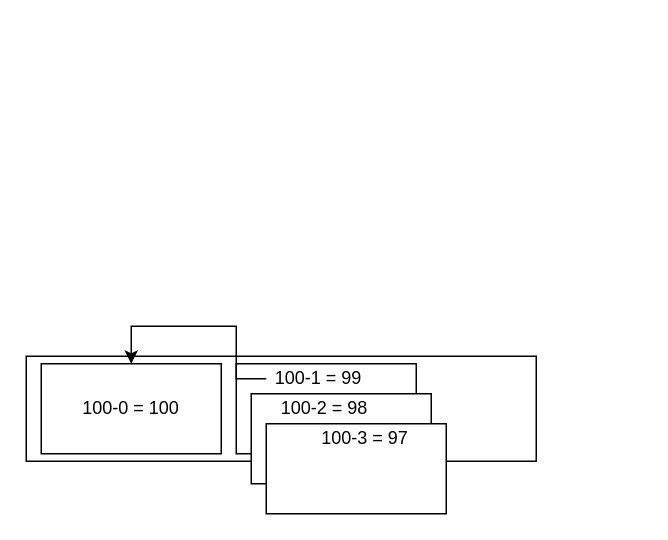
Earlier version of the draw.io diagram test.drawio (reasat-rafio/sg-biennale). Source tidied: cells renumbered, new cells numbered last; positions are measured from the earlier drawing's top-left corner, leaving out a move shared by most shapes. Both pictures are drawn from the tidied source at 150%, with x=0, y=0 at pixel (26, 326).
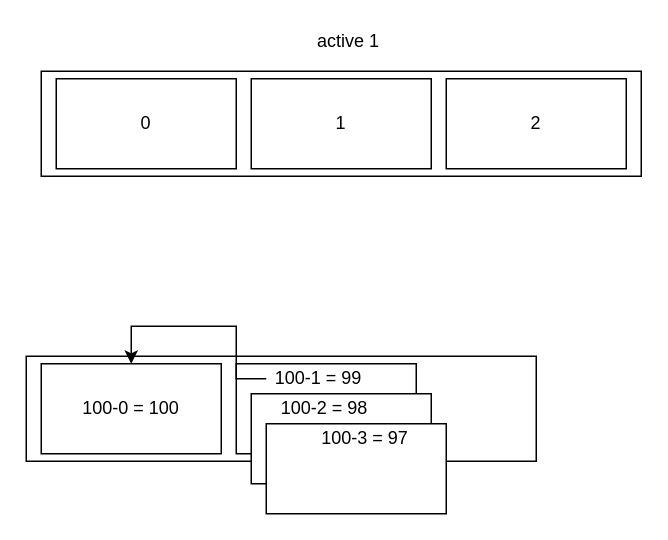
The same diagram, later.

What changed in the source:
```diff
@@
 <mxGraphModel>
   <root>
     <mxCell id="0" />
     <mxCell id="1" parent="0" />
     <mxCell id="2" style="rounded=0;whiteSpace=wrap;html=1;" parent="1" vertex="1">
       <mxGeometry y="20" width="340" height="70" as="geometry" />
     </mxCell>
     <mxCell id="3" style="rounded=0;whiteSpace=wrap;html=1;" parent="1" vertex="1">
       <mxGeometry x="10" y="25" width="120" height="60" as="geometry" />
     </mxCell>
     <mxCell id="4" style="rounded=0;whiteSpace=wrap;html=1;" parent="1" vertex="1">
       <mxGeometry x="140" y="25" width="120" height="60" as="geometry" />
     </mxCell>
     <mxCell id="5" style="rounded=0;whiteSpace=wrap;html=1;" parent="1" vertex="1">
       <mxGeometry x="150" y="45" width="120" height="60" as="geometry" />
     </mxCell>
     <mxCell id="6" style="rounded=0;whiteSpace=wrap;html=1;" parent="1" vertex="1">
       <mxGeometry x="160" y="65" width="120" height="60" as="geometry" />
     </mxCell>
     <mxCell id="7" value="100-0 = 100" style="text;html=1;strokeColor=none;fillColor=none;align=center;verticalAlign=middle;whiteSpace=wrap;rounded=0;" parent="1" vertex="1">
       <mxGeometry x="35" y="45" width="70" height="20" as="geometry" />
     </mxCell>
     <mxCell id="8" style="edgeStyle=orthogonalEdgeStyle;rounded=0;jettySize=auto;html=1;" parent="1" edge="1" source="9" target="3">
       <mxGeometry relative="1" as="geometry">
         <Array as="points">
           <mxPoint x="140" y="35" />
           <mxPoint x="140" />
           <mxPoint x="70" />
         </Array>
       </mxGeometry>
     </mxCell>
     <mxCell id="9" value="100-1 = 99" style="text;html=1;strokeColor=none;fillColor=none;align=center;verticalAlign=middle;whiteSpace=wrap;rounded=0;" parent="1" vertex="1">
       <mxGeometry x="160" y="25" width="70" height="20" as="geometry" />
     </mxCell>
     <mxCell id="10" value="100-2 = 98" style="text;html=1;strokeColor=none;fillColor=none;align=center;verticalAlign=middle;whiteSpace=wrap;rounded=0;" parent="1" vertex="1">
       <mxGeometry x="164" y="45" width="70" height="20" as="geometry" />
     </mxCell>
     <mxCell id="11" value="100-3 = 97" style="text;html=1;strokeColor=none;fillColor=none;align=center;verticalAlign=middle;whiteSpace=wrap;rounded=0;" parent="1" vertex="1">
       <mxGeometry x="191" y="65" width="70" height="20" as="geometry" />
     </mxCell>
+    <mxCell id="12" style="rounded=0;whiteSpace=wrap;html=1;" parent="1" vertex="1">
+      <mxGeometry x="10" y="-170" width="400" height="70" as="geometry" />
+    </mxCell>
+    <mxCell id="13" value="0" style="rounded=0;whiteSpace=wrap;html=1;" parent="1" vertex="1">
+      <mxGeometry x="20" y="-165" width="120" height="60" as="geometry" />
+    </mxCell>
+    <mxCell id="14" value="1" style="rounded=0;whiteSpace=wrap;html=1;" parent="1" vertex="1">
+      <mxGeometry x="150" y="-165" width="120" height="60" as="geometry" />
+    </mxCell>
+    <mxCell id="15" value="2" style="rounded=0;whiteSpace=wrap;html=1;" parent="1" vertex="1">
+      <mxGeometry x="280" y="-165" width="120" height="60" as="geometry" />
+    </mxCell>
+    <mxCell id="16" value="active 1" style="text;html=1;strokeColor=none;fillColor=none;align=center;verticalAlign=middle;whiteSpace=wrap;rounded=0;" parent="1" vertex="1">
+      <mxGeometry x="190" y="-200" width="50" height="20" as="geometry" />
+    </mxCell>
   </root>
 </mxGraphModel>
```
